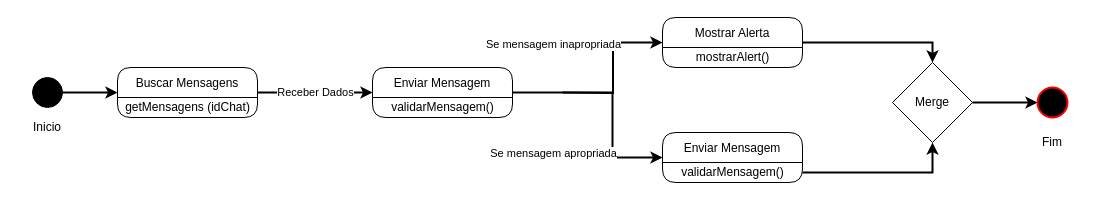
This is page "Mensagem" (5 of 6) of Estados/Draw/Diagramas.drawio from unifgabsantos/Mecanico, a draw.io file, before an edit. Source tidied: cells renumbered, new cells numbered last; positions are measured from the earlier drawing's top-left corner, leaving out a move shared by most shapes. Both pictures are drawn from the tidied source at 100%, with x=0, y=0 at pixel (17, 17).
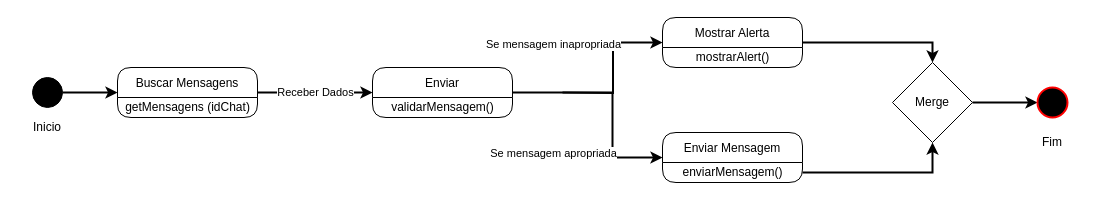
The same page after the edit.

Unchanged cells that the change refers to:
```xml
<mxCell id="17" value="Enviar Mensagem" style="swimlane;fontStyle=0;horizontal=1;startSize=30;fillColor=#FFFFFF;rounded=1;" parent="1" vertex="1">
  <mxGeometry x="645" y="115" width="140" height="50" as="geometry" />
</mxCell>
```

Change to the diagram source:
```diff
@@
-    <mxCell id="12" value="Enviar Mensagem" style="swimlane;fontStyle=0;horizontal=1;startSize=30;fillColor=#FFFFFF;rounded=1;" parent="1" vertex="1">
+    <mxCell id="12" value="Enviar" style="swimlane;fontStyle=0;horizontal=1;startSize=30;fillColor=#FFFFFF;rounded=1;" parent="1" vertex="1">
       <mxGeometry x="355" y="50" width="140" height="50" as="geometry" />
     </mxCell>
@@
-    <mxCell id="18" value="validarMensagem()" style="text;html=1;align=center;verticalAlign=middle;points=[];strokeColor=none;fillColor=none;" parent="17" vertex="1">
+    <mxCell id="18" value="enviarMensagem()" style="text;html=1;align=center;verticalAlign=middle;points=[];strokeColor=none;fillColor=none;" parent="17" vertex="1">
       <mxGeometry y="30" width="140" height="20" as="geometry" />
     </mxCell>
```
